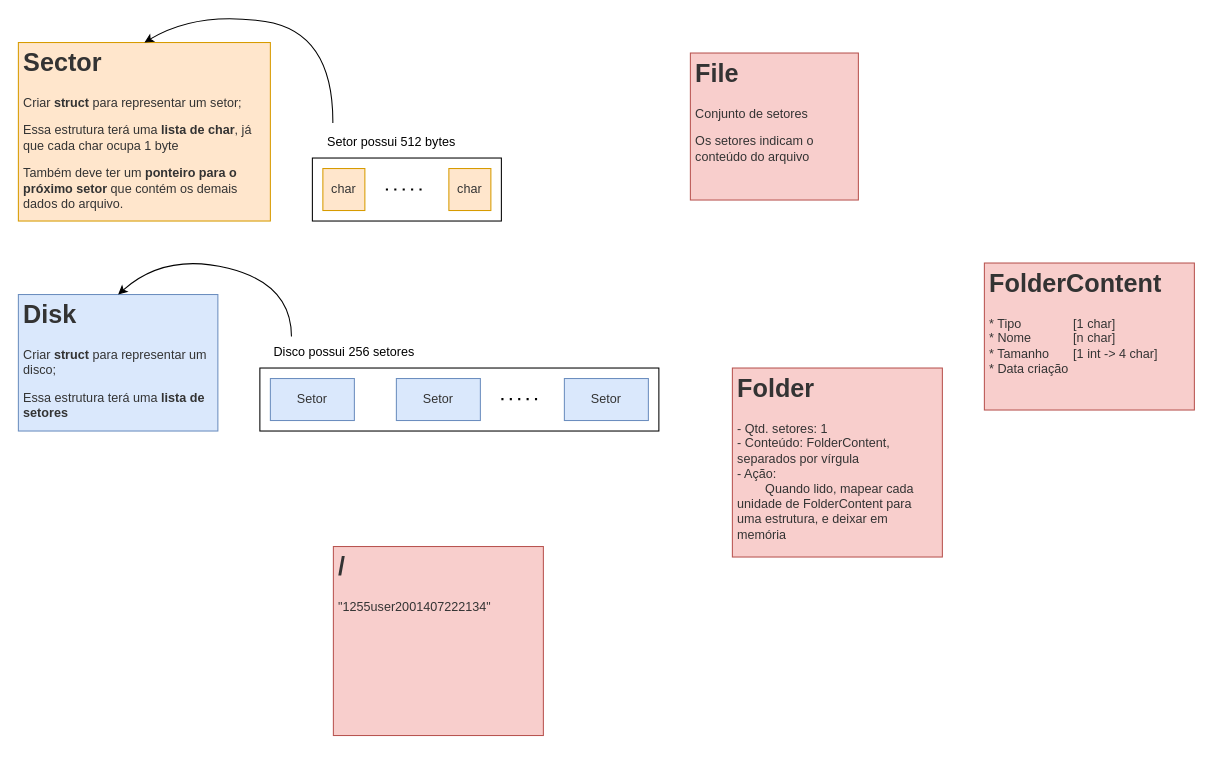
GustavoLent/SO2 keeps this draw.io diagram as simulador-sistema-arquivos/simulador-sistema-arquivos.drawio. Above is the earlier version. Source tidied: cells renumbered, new cells numbered last; positions are measured from the earlier drawing's top-left corner, leaving out a move shared by most shapes. Both pictures are drawn from the tidied source at 105%, with x=0, y=0 at pixel (18, 10).
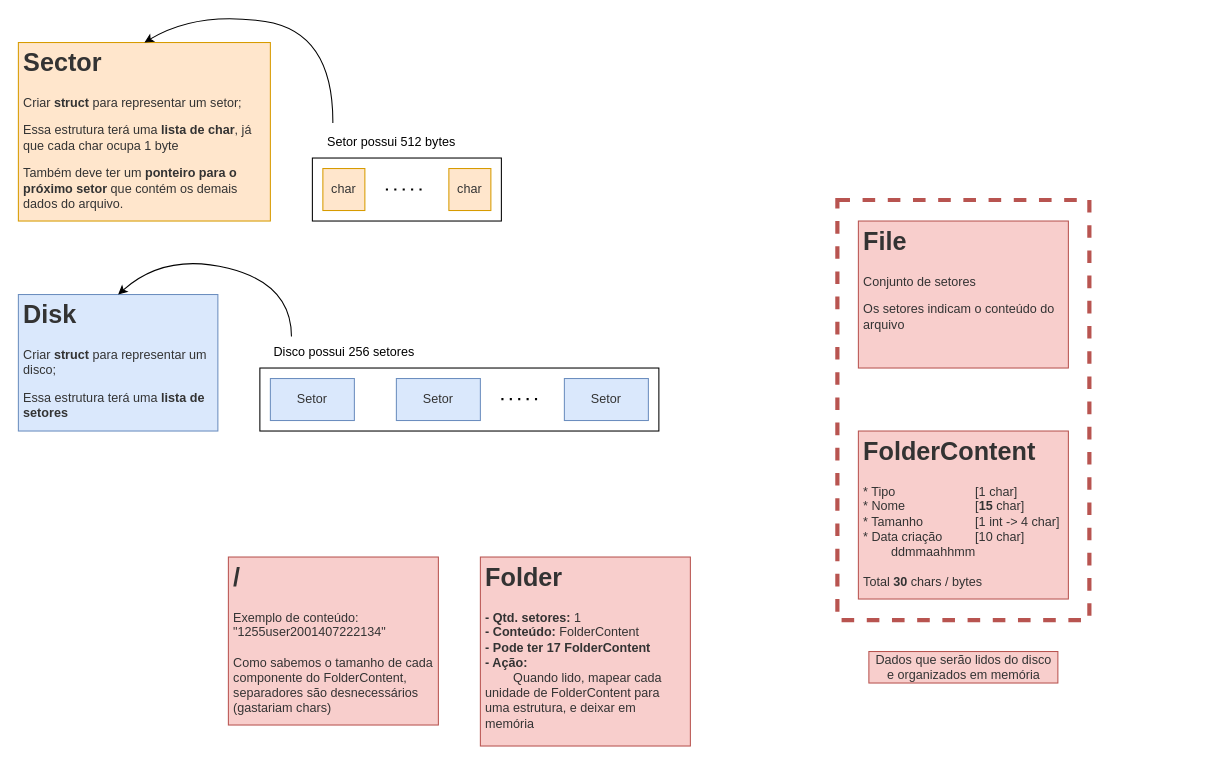
After the change.

Commit message (it also covers changes not shown here):
alterações na identação do código C + definição do tamanho de FolderContent no diagrama

What changed in the source:
```diff
@@
+    <mxCell id="21" style="rounded=0;whiteSpace=wrap;html=1;fillColor=none;strokeColor=#b85450;dashed=1;strokeWidth=4;" parent="1" vertex="1">
+      <mxGeometry x="780" y="180" width="240" height="400" as="geometry" />
+    </mxCell>
@@
     <mxCell id="17" value="&lt;h1&gt;&lt;font color=&quot;#333333&quot;&gt;File&lt;/font&gt;&lt;/h1&gt;&lt;p&gt;&lt;font color=&quot;#333333&quot;&gt;Conjunto de setores&lt;/font&gt;&lt;/p&gt;&lt;p&gt;&lt;font color=&quot;#333333&quot;&gt;Os setores indicam o conteúdo do arquivo&lt;/font&gt;&lt;/p&gt;" style="text;html=1;strokeColor=#b85450;fillColor=#f8cecc;spacing=5;spacingTop=-20;whiteSpace=wrap;overflow=hidden;rounded=0;align=left;" parent="1" vertex="1">
-      <mxGeometry x="640" y="40" width="160" height="140" as="geometry" />
+      <mxGeometry x="800" y="200" width="200" height="140" as="geometry" />
     </mxCell>
-    <mxCell id="18" value="&lt;h1&gt;&lt;font color=&quot;#333333&quot;&gt;Folder&lt;/font&gt;&lt;/h1&gt;&lt;div&gt;&lt;font color=&quot;#333333&quot;&gt;- Qtd. setores: 1&lt;/font&gt;&lt;/div&gt;&lt;div&gt;&lt;font color=&quot;#333333&quot;&gt;- Conteúdo: FolderContent, separados por vírgula&lt;/font&gt;&lt;/div&gt;&lt;div&gt;&lt;font color=&quot;#333333&quot;&gt;&lt;span&gt;- Ação:&lt;/span&gt;&lt;br&gt;&lt;/font&gt;&lt;/div&gt;&lt;div&gt;&lt;span&gt;&lt;font color=&quot;#333333&quot;&gt;&lt;span style=&quot;white-space: pre&quot;&gt;&#9;&lt;/span&gt;Quando lido, mapear cada unidade de FolderContent para uma estrutura, e deixar em memória&lt;/font&gt;&lt;br&gt;&lt;/span&gt;&lt;/div&gt;" style="text;html=1;strokeColor=#b85450;fillColor=#f8cecc;spacing=5;spacingTop=-20;whiteSpace=wrap;overflow=hidden;rounded=0;" parent="1" vertex="1">
-      <mxGeometry x="680" y="340" width="200" height="180" as="geometry" />
+    <mxCell id="18" value="&lt;h1&gt;&lt;font color=&quot;#333333&quot;&gt;Folder&lt;/font&gt;&lt;/h1&gt;&lt;div&gt;&lt;font color=&quot;#333333&quot;&gt;&lt;b&gt;- Qtd. setores:&lt;/b&gt; 1&lt;/font&gt;&lt;/div&gt;&lt;div&gt;&lt;font color=&quot;#333333&quot;&gt;&lt;b&gt;- Conteúdo:&lt;/b&gt; FolderContent&lt;/font&gt;&lt;/div&gt;&lt;div&gt;&lt;font color=&quot;#333333&quot;&gt;&lt;b&gt;- Pode ter 17 FolderContent&lt;/b&gt;&lt;/font&gt;&lt;/div&gt;&lt;div&gt;&lt;font color=&quot;#333333&quot;&gt;&lt;span&gt;&lt;b&gt;- Ação:&lt;/b&gt;&lt;/span&gt;&lt;br&gt;&lt;/font&gt;&lt;/div&gt;&lt;div&gt;&lt;span&gt;&lt;font color=&quot;#333333&quot;&gt;&lt;span style=&quot;white-space: pre&quot;&gt;&#9;&lt;/span&gt;Quando lido, mapear cada unidade de FolderContent para uma estrutura, e deixar em memória&lt;/font&gt;&lt;br&gt;&lt;/span&gt;&lt;/div&gt;" style="text;html=1;strokeColor=#b85450;fillColor=#f8cecc;spacing=5;spacingTop=-20;whiteSpace=wrap;overflow=hidden;rounded=0;" parent="1" vertex="1">
+      <mxGeometry x="440" y="520" width="200" height="180" as="geometry" />
     </mxCell>
-    <mxCell id="19" value="&lt;h1&gt;&lt;span style=&quot;color: rgb(51 , 51 , 51)&quot;&gt;FolderContent&lt;/span&gt;&lt;/h1&gt;&lt;div&gt;&lt;font color=&quot;#333333&quot;&gt;* Tipo&lt;span style=&quot;white-space: pre&quot;&gt;&#9;&lt;/span&gt;&lt;span style=&quot;white-space: pre&quot;&gt;&#9;&lt;/span&gt;[1 char]&lt;/font&gt;&lt;/div&gt;&lt;div&gt;&lt;font color=&quot;#333333&quot;&gt;* Nome&lt;span style=&quot;white-space: pre&quot;&gt;&#9;&lt;/span&gt;&lt;span style=&quot;white-space: pre&quot;&gt;&#9;&lt;/span&gt;[n char]&lt;/font&gt;&lt;/div&gt;&lt;div&gt;&lt;font color=&quot;#333333&quot;&gt;* Tamanho&lt;span style=&quot;white-space: pre&quot;&gt;&#9;&lt;/span&gt;[1 int -&amp;gt; 4 char]&lt;/font&gt;&lt;/div&gt;&lt;div&gt;&lt;font color=&quot;#333333&quot;&gt;* Data criação&lt;/font&gt;&lt;/div&gt;&lt;div&gt;&lt;br&gt;&lt;/div&gt;" style="text;html=1;strokeColor=#b85450;fillColor=#f8cecc;spacing=5;spacingTop=-20;whiteSpace=wrap;overflow=hidden;rounded=0;" parent="1" vertex="1">
-      <mxGeometry x="920" y="240" width="200" height="140" as="geometry" />
+    <mxCell id="19" value="&lt;p style=&quot;line-height: 0.7&quot;&gt;&lt;/p&gt;&lt;h1&gt;&lt;span style=&quot;color: rgb(51 , 51 , 51)&quot;&gt;FolderContent&lt;/span&gt;&lt;/h1&gt;&lt;div&gt;&lt;font color=&quot;#333333&quot;&gt;* Tipo&lt;span&gt;&#9;&lt;span style=&quot;white-space: pre&quot;&gt;&#9;&lt;/span&gt;&lt;span style=&quot;white-space: pre&quot;&gt;&#9;&lt;/span&gt;&lt;span style=&quot;white-space: pre&quot;&gt;&#9;&lt;/span&gt;&lt;/span&gt;[1 char]&lt;/font&gt;&lt;/div&gt;&lt;div&gt;&lt;font color=&quot;#333333&quot;&gt;* Nome&lt;span style=&quot;white-space: pre&quot;&gt;&#9;&lt;/span&gt;&lt;span style=&quot;white-space: pre&quot;&gt;&#9;&lt;/span&gt;&lt;span style=&quot;white-space: pre&quot;&gt;&#9;&lt;/span&gt;[&lt;b&gt;15&lt;/b&gt;&amp;nbsp;char]&lt;/font&gt;&lt;/div&gt;&lt;div&gt;&lt;font color=&quot;#333333&quot;&gt;* Tamanho&lt;span style=&quot;white-space: pre&quot;&gt;&#9;&lt;/span&gt;&lt;span style=&quot;white-space: pre&quot;&gt;&#9;&lt;/span&gt;[1 int -&amp;gt; 4 char]&lt;/font&gt;&lt;/div&gt;&lt;div&gt;&lt;font color=&quot;#333333&quot;&gt;* Data criação&lt;span style=&quot;white-space: pre&quot;&gt;&#9;&lt;/span&gt;&lt;span style=&quot;white-space: pre&quot;&gt;&#9;&lt;/span&gt;[10 char]&amp;nbsp;&lt;/font&gt;&lt;span style=&quot;color: rgb(51 , 51 , 51)&quot;&gt;&amp;nbsp; &amp;nbsp; &amp;nbsp; &amp;nbsp;&lt;/span&gt;&lt;/div&gt;&lt;span style=&quot;color: rgb(51 , 51 , 51)&quot;&gt;&lt;span style=&quot;white-space: pre&quot;&gt;&#9;&lt;/span&gt;ddmmaahhmm&lt;br&gt;&lt;br&gt;Total &lt;b&gt;30 &lt;/b&gt;chars / bytes&lt;br&gt;&lt;/span&gt;&lt;p&gt;&lt;/p&gt;" style="text;html=1;strokeColor=#b85450;fillColor=#f8cecc;spacing=5;spacingTop=-20;whiteSpace=wrap;overflow=hidden;rounded=0;" parent="1" vertex="1">
+      <mxGeometry x="800" y="400" width="200" height="160" as="geometry" />
     </mxCell>
-    <mxCell id="20" value="&lt;h1&gt;&lt;font color=&quot;#333333&quot;&gt;/&lt;/font&gt;&lt;/h1&gt;&lt;div&gt;&lt;font color=&quot;#333333&quot;&gt;&quot;1255user2001407222134&quot;&lt;/font&gt;&lt;/div&gt;" style="text;html=1;strokeColor=#b85450;fillColor=#f8cecc;spacing=5;spacingTop=-20;whiteSpace=wrap;overflow=hidden;rounded=0;" parent="1" vertex="1">
-      <mxGeometry x="300" y="510" width="200" height="180" as="geometry" />
+    <mxCell id="20" value="&lt;h1&gt;&lt;font color=&quot;#333333&quot;&gt;/&lt;/font&gt;&lt;/h1&gt;&lt;div&gt;&lt;font color=&quot;#333333&quot;&gt;Exemplo de conteúdo:&lt;/font&gt;&lt;/div&gt;&lt;div&gt;&lt;font color=&quot;#333333&quot;&gt;&quot;1255user2001407222134&quot;&lt;/font&gt;&lt;/div&gt;&lt;div&gt;&lt;font color=&quot;#333333&quot;&gt;&lt;br&gt;&lt;/font&gt;&lt;/div&gt;&lt;div&gt;&lt;font color=&quot;#333333&quot;&gt;Como sabemos o tamanho de cada componente do FolderContent, separadores são desnecessários (gastariam chars)&lt;/font&gt;&lt;/div&gt;" style="text;html=1;strokeColor=#b85450;fillColor=#f8cecc;spacing=5;spacingTop=-20;whiteSpace=wrap;overflow=hidden;rounded=0;" parent="1" vertex="1">
+      <mxGeometry x="200" y="520" width="200" height="160" as="geometry" />
     </mxCell>
+    <mxCell id="22" value="&lt;font color=&quot;#333333&quot;&gt;Dados que serão lidos do disco &lt;br&gt;e organizados em memória&lt;/font&gt;" style="text;html=1;align=center;verticalAlign=middle;strokeColor=#b85450;fillColor=#f8cecc;" parent="1" vertex="1">
+      <mxGeometry x="810" y="610" width="180" height="30" as="geometry" />
+    </mxCell>
```
